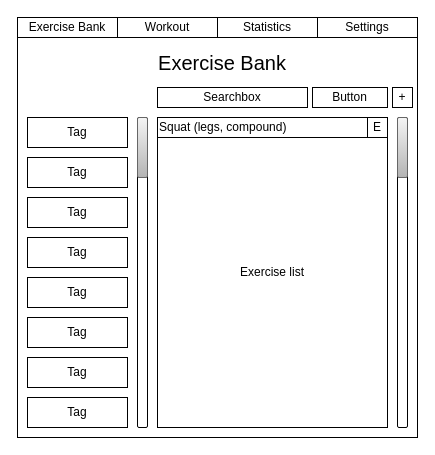
This is drawing.drawio from emka7133/GymLog, a draw.io file, before an edit. Source tidied: cells renumbered, new cells numbered last; positions are measured from the earlier drawing's top-left corner, leaving out a move shared by most shapes. Both pictures are drawn from the tidied source at 100%, with x=0, y=0 at pixel (17, 17).
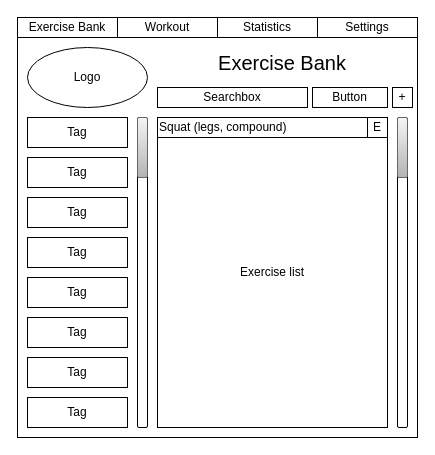
After the change.

Diff of the diagram source:
```diff
@@
     <mxCell id="19" value="Exercise Bank" style="text;html=1;align=center;verticalAlign=middle;whiteSpace=wrap;rounded=0;fontSize=20;" parent="1" vertex="1">
-      <mxGeometry x="135" y="30" width="140" height="30" as="geometry" />
+      <mxGeometry x="195" y="30" width="140" height="30" as="geometry" />
     </mxCell>
@@
+    <mxCell id="26" value="Logo" style="ellipse;whiteSpace=wrap;html=1;" parent="1" vertex="1">
+      <mxGeometry x="10" y="30" width="120" height="60" as="geometry" />
+    </mxCell>
```
